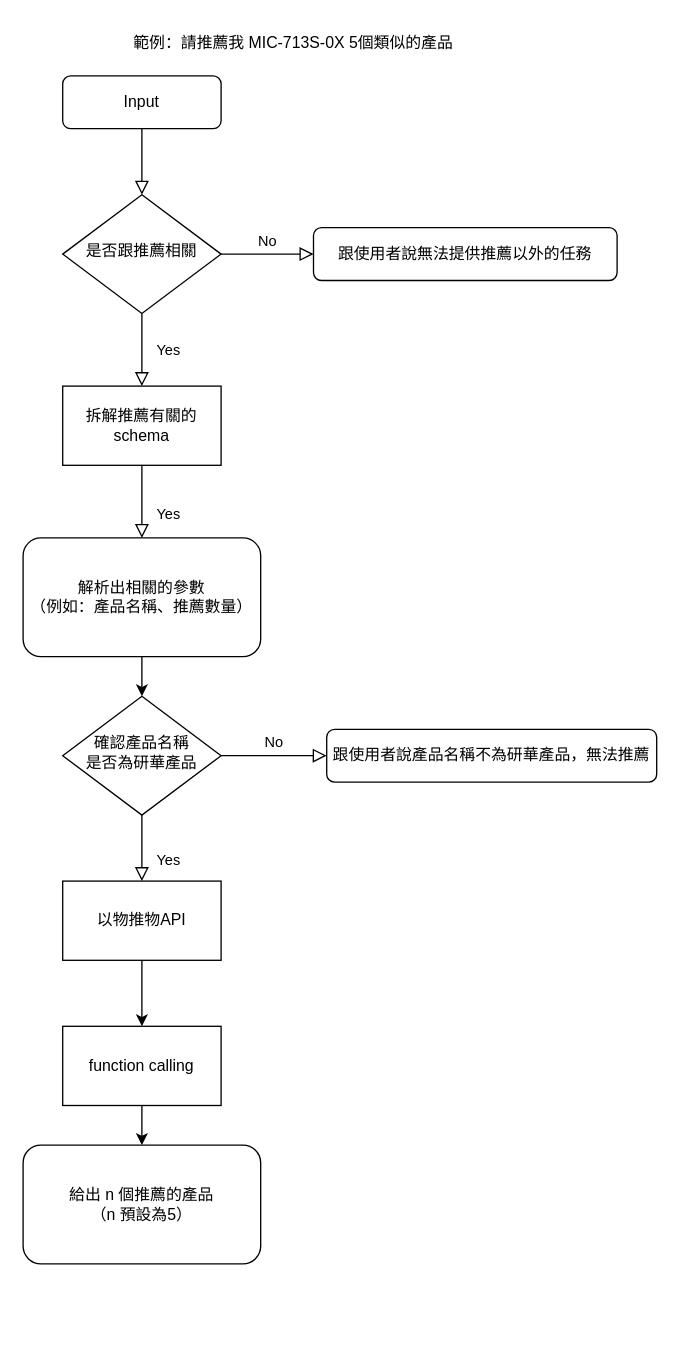
Earlier version of the draw.io diagram 推薦系統.drawio (YChaoWang/Drawio_backup). Source tidied: cells renumbered, new cells numbered last; positions are measured from the earlier drawing's top-left corner, leaving out a move shared by most shapes. Both pictures are drawn from the tidied source at 132%, with x=0, y=0 at pixel (22, 22).
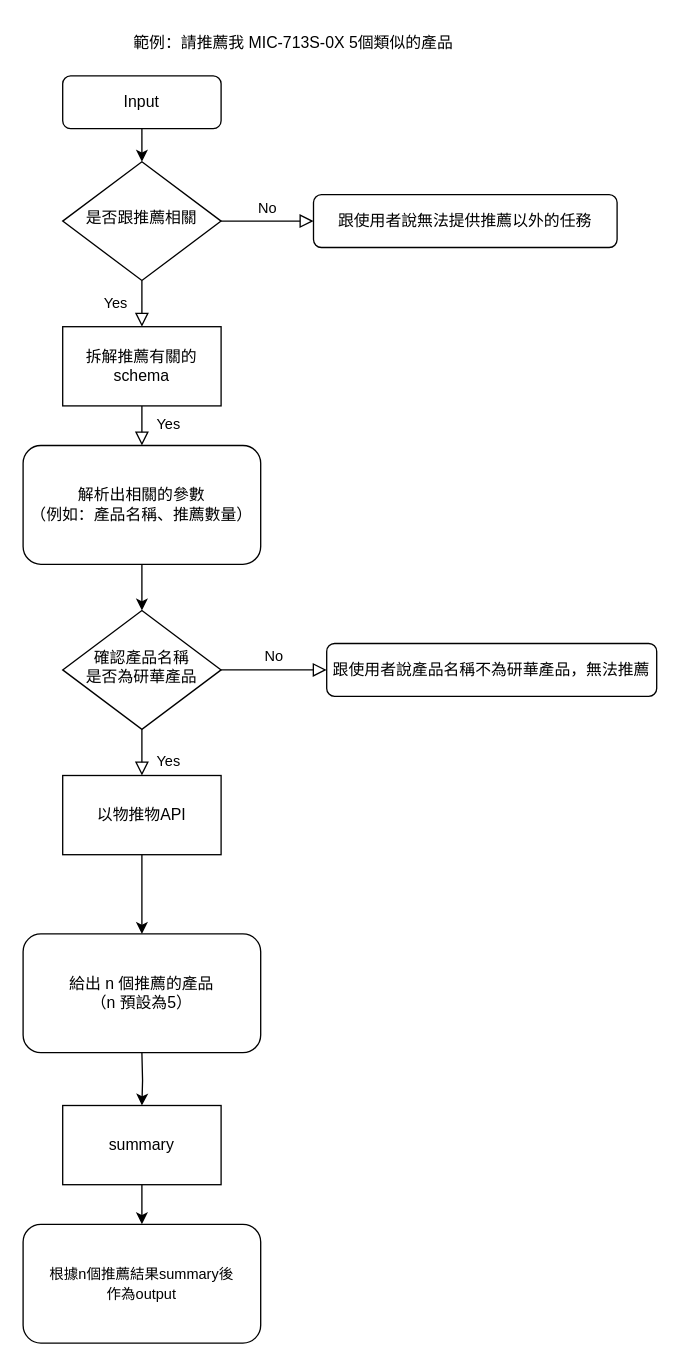
After the change.

Commit message (it also covers changes not shown here):
更新推薦系統.drawio

Unchanged cells that the change refers to:
```xml
<mxCell id="3" value="Input" style="rounded=1;whiteSpace=wrap;html=1;fontSize=12;glass=0;strokeWidth=1;shadow=0;" parent="1" vertex="1">
  <mxGeometry x="30" y="40" width="120" height="40" as="geometry" />
</mxCell>
```

Change to the diagram source:
```diff
@@
-    <mxCell id="2" style="rounded=0;html=1;jettySize=auto;fontSize=11;endArrow=block;endFill=0;endSize=8;strokeWidth=1;shadow=0;labelBackgroundColor=none;edgeStyle=orthogonalEdgeStyle;" parent="1" edge="1" source="3" target="6">
+    <mxCell id="2" style="edgeStyle=orthogonalEdgeStyle;rounded=0;jettySize=auto;html=1;" parent="1" edge="1" source="3" target="6">
       <mxGeometry relative="1" as="geometry" />
     </mxCell>
@@
     <mxCell id="6" value="是否跟推薦相關" style="rhombus;whiteSpace=wrap;html=1;shadow=0;fontFamily=Helvetica;fontSize=12;align=center;strokeWidth=1;spacing=6;spacingTop=-4;" parent="1" vertex="1">
-      <mxGeometry x="30" y="130" width="120" height="90" as="geometry" />
+      <mxGeometry x="30" y="105" width="120" height="90" as="geometry" />
     </mxCell>
     <mxCell id="7" value="跟使用者說無法提供推薦以外的任務" style="rounded=1;whiteSpace=wrap;html=1;fontSize=12;glass=0;strokeWidth=1;shadow=0;" parent="1" vertex="1">
-      <mxGeometry x="220" y="155" width="230" height="40" as="geometry" />
+      <mxGeometry x="220" y="130" width="230" height="40" as="geometry" />
     </mxCell>
@@
     <mxCell id="10" value="解析出相關的參數&lt;div&gt;（例如：產品名稱、推薦數量）&lt;/div&gt;" style="rounded=1;whiteSpace=wrap;html=1;fontSize=12;glass=0;strokeWidth=1;shadow=0;" parent="1" vertex="1">
-      <mxGeometry y="390" width="180" height="90" as="geometry" />
+      <mxGeometry y="320" width="180" height="90" as="geometry" />
     </mxCell>
     <mxCell id="11" value="跟使用者說產品名稱不為研華產品，無法推薦" style="rounded=1;whiteSpace=wrap;html=1;fontSize=12;glass=0;strokeWidth=1;shadow=0;" parent="1" vertex="1">
-      <mxGeometry x="230" y="535" width="250" height="40" as="geometry" />
+      <mxGeometry x="230" y="470" width="250" height="40" as="geometry" />
     </mxCell>
@@
-    <mxCell id="13" style="edgeStyle=orthogonalEdgeStyle;rounded=0;jettySize=auto;html=1;" parent="1" edge="1" source="14" target="16">
-      <mxGeometry relative="1" as="geometry" />
-    </mxCell>
+    <mxCell id="22" style="edgeStyle=orthogonalEdgeStyle;rounded=0;jettySize=auto;html=1;" parent="1" edge="1" source="14" target="21">
+      <mxGeometry relative="1" as="geometry" />
+    </mxCell>
     <mxCell id="14" value="以物推物API" style="rounded=0;whiteSpace=wrap;html=1;" parent="1" vertex="1">
-      <mxGeometry x="30" y="650" width="120" height="60" as="geometry" />
+      <mxGeometry x="30" y="570" width="120" height="60" as="geometry" />
     </mxCell>
-    <mxCell id="15" style="edgeStyle=orthogonalEdgeStyle;rounded=0;jettySize=auto;html=1;" parent="1" edge="1" source="16" target="21">
-      <mxGeometry relative="1" as="geometry" />
-    </mxCell>
-    <mxCell id="16" value="function calling" style="rounded=0;whiteSpace=wrap;html=1;" parent="1" vertex="1">
-      <mxGeometry x="30" y="760" width="120" height="60" as="geometry" />
-    </mxCell>
     <mxCell id="17" value="拆解推薦有關的schema" style="rounded=0;whiteSpace=wrap;html=1;" parent="1" vertex="1">
-      <mxGeometry x="30" y="275" width="120" height="60" as="geometry" />
+      <mxGeometry x="30" y="230" width="120" height="60" as="geometry" />
     </mxCell>
     <mxCell id="18" value="確認產品名稱&lt;div&gt;是否為&lt;span style=&quot;background-color: transparent; color: light-dark(rgb(0, 0, 0), rgb(255, 255, 255));&quot;&gt;研華產品&lt;/span&gt;&lt;/div&gt;" style="rhombus;whiteSpace=wrap;html=1;shadow=0;fontFamily=Helvetica;fontSize=12;align=center;strokeWidth=1;spacing=6;spacingTop=-4;" parent="1" vertex="1">
-      <mxGeometry x="30" y="510" width="120" height="90" as="geometry" />
+      <mxGeometry x="30" y="445" width="120" height="90" as="geometry" />
     </mxCell>
@@
     <mxCell id="21" value="給出 n 個推薦的產品&lt;div&gt;（n 預設為5）&lt;/div&gt;" style="rounded=1;whiteSpace=wrap;html=1;fontSize=12;glass=0;strokeWidth=1;shadow=0;" parent="1" vertex="1">
-      <mxGeometry y="850" width="180" height="90" as="geometry" />
+      <mxGeometry y="690" width="180" height="90" as="geometry" />
     </mxCell>
+    <mxCell id="23" style="edgeStyle=orthogonalEdgeStyle;rounded=0;jettySize=auto;html=1;" parent="1" edge="1" target="26">
+      <mxGeometry relative="1" as="geometry">
+        <mxPoint x="90" y="780" as="sourcePoint" />
+      </mxGeometry>
+    </mxCell>
+    <mxCell id="24" value="&lt;span style=&quot;font-size: 11px; text-wrap-mode: nowrap; background-color: rgb(255, 255, 255);&quot;&gt;根據n個推薦結果summary後&lt;/span&gt;&lt;div&gt;&lt;span style=&quot;font-size: 11px; text-wrap-mode: nowrap; background-color: rgb(255, 255, 255);&quot;&gt;作為output&lt;/span&gt;&lt;/div&gt;" style="rounded=1;whiteSpace=wrap;html=1;fontSize=12;glass=0;strokeWidth=1;shadow=0;" parent="1" vertex="1">
+      <mxGeometry y="910" width="180" height="90" as="geometry" />
+    </mxCell>
+    <mxCell id="25" style="edgeStyle=orthogonalEdgeStyle;rounded=0;jettySize=auto;html=1;" parent="1" edge="1" source="26" target="24">
+      <mxGeometry relative="1" as="geometry" />
+    </mxCell>
+    <mxCell id="26" value="summary" style="rounded=0;whiteSpace=wrap;html=1;" parent="1" vertex="1">
+      <mxGeometry x="30" y="820" width="120" height="60" as="geometry" />
+    </mxCell>
```
